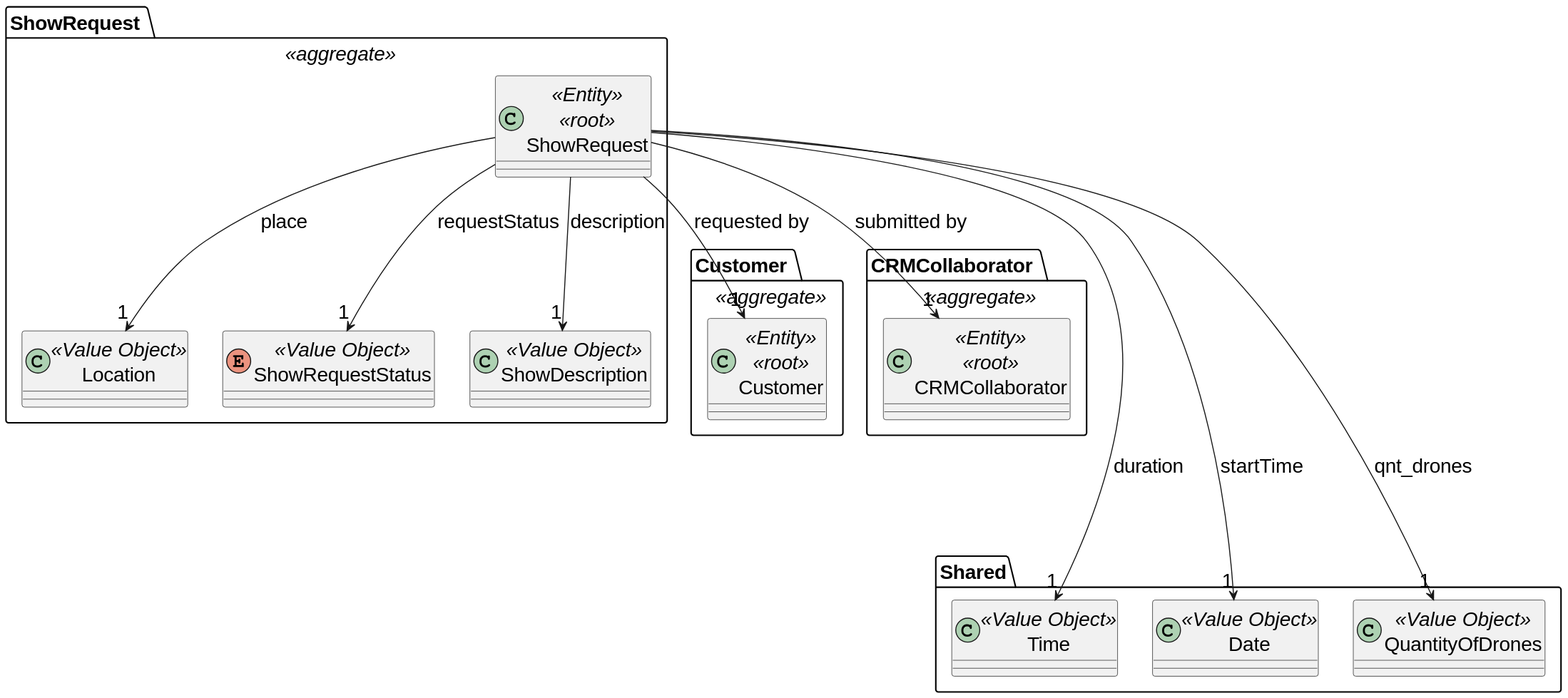
Earlier version of the PlantUML export docs/global_artifacts/analysis/images/domain_model_show_request.svg (diogoveirospro/sem4pi-2024-2025-sem4pi_2024_2025_g44).
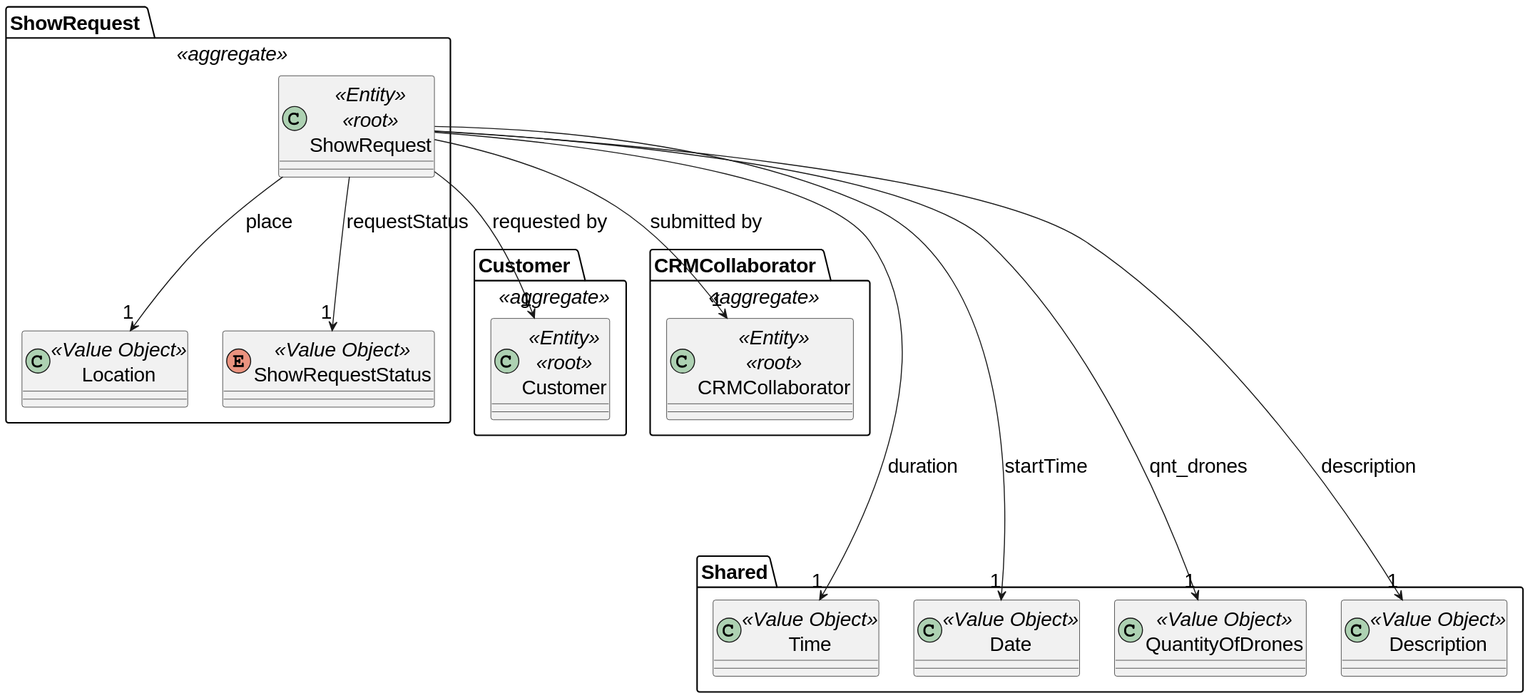
Later version of the same file.

What changed in the source:
```diff
@@ -21,13 +21,9 @@
     enum ShowRequestStatus <<Value Object>>{
     }
 
-    class ShowDescription <<Value Object>>{
-    }
-
     class ShowRequest <<Entity>> <<root>>{
     }
 
-    ShowRequest --> "1" ShowDescription : description
     ShowRequest --> "1" CRMCollaborator : submitted by
     ShowRequest --> "1" Customer: requested by
     ShowRequest --> "1" Location: place
@@ -45,9 +41,13 @@
     class QuantityOfDrones <<Value Object>>{
     }
 
+    class Description <<Value Object>>{
+    }
+
     ShowRequest ----> "1" Time : duration
     ShowRequest ----> "1" Date : startTime
     ShowRequest ----> "1" QuantityOfDrones: qnt_drones
+    ShowRequest ----> "1" Description: description
 
 }
 @enduml
```
